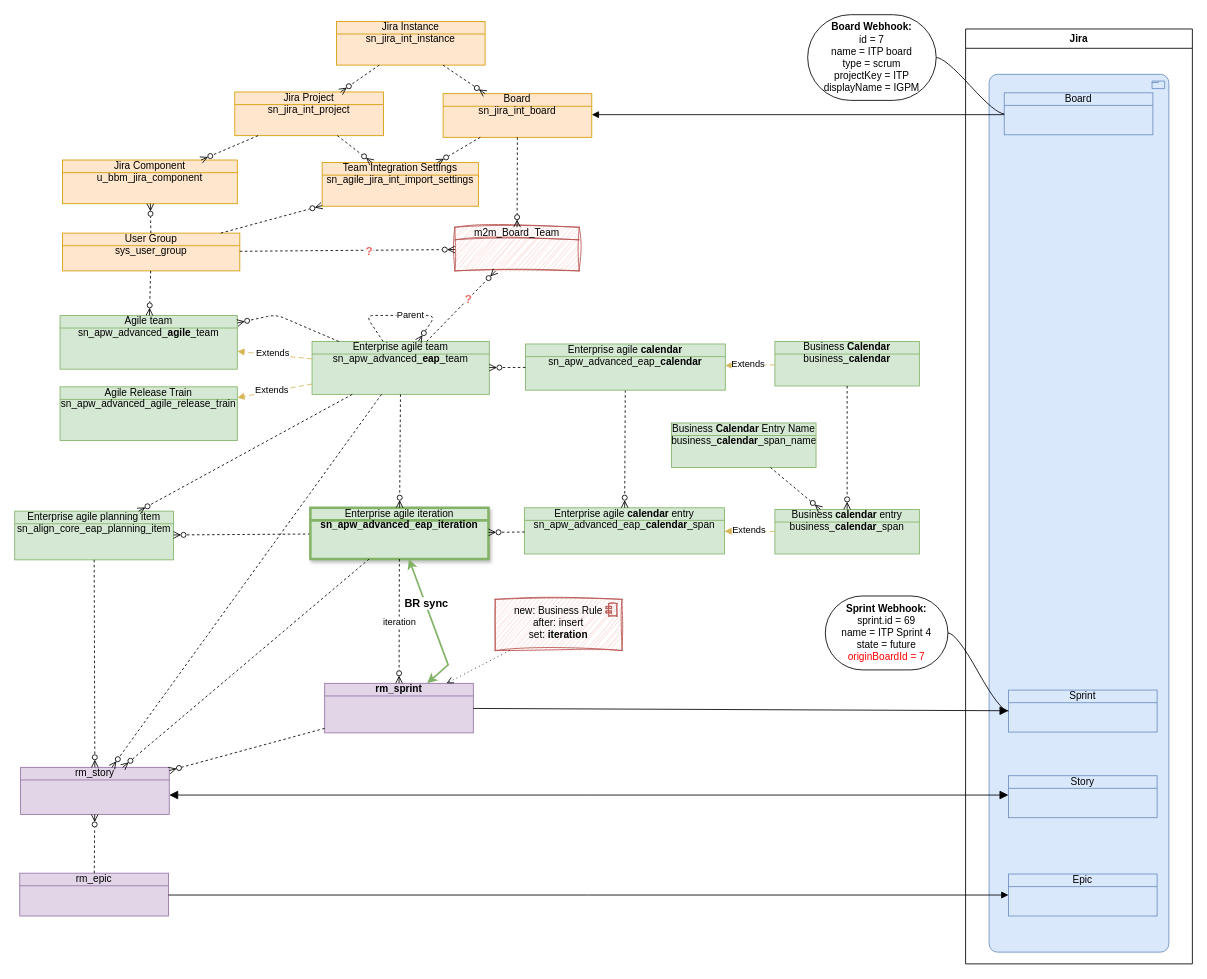
Before: BoschEAP.drawio in algimas/tmp, a draw.io diagram. Source tidied: cells renumbered, new cells numbered last; positions are measured from the earlier drawing's top-left corner, leaving out a move shared by most shapes. Both pictures are drawn from the tidied source at 84%, with x=0, y=0 at pixel (14, 14).
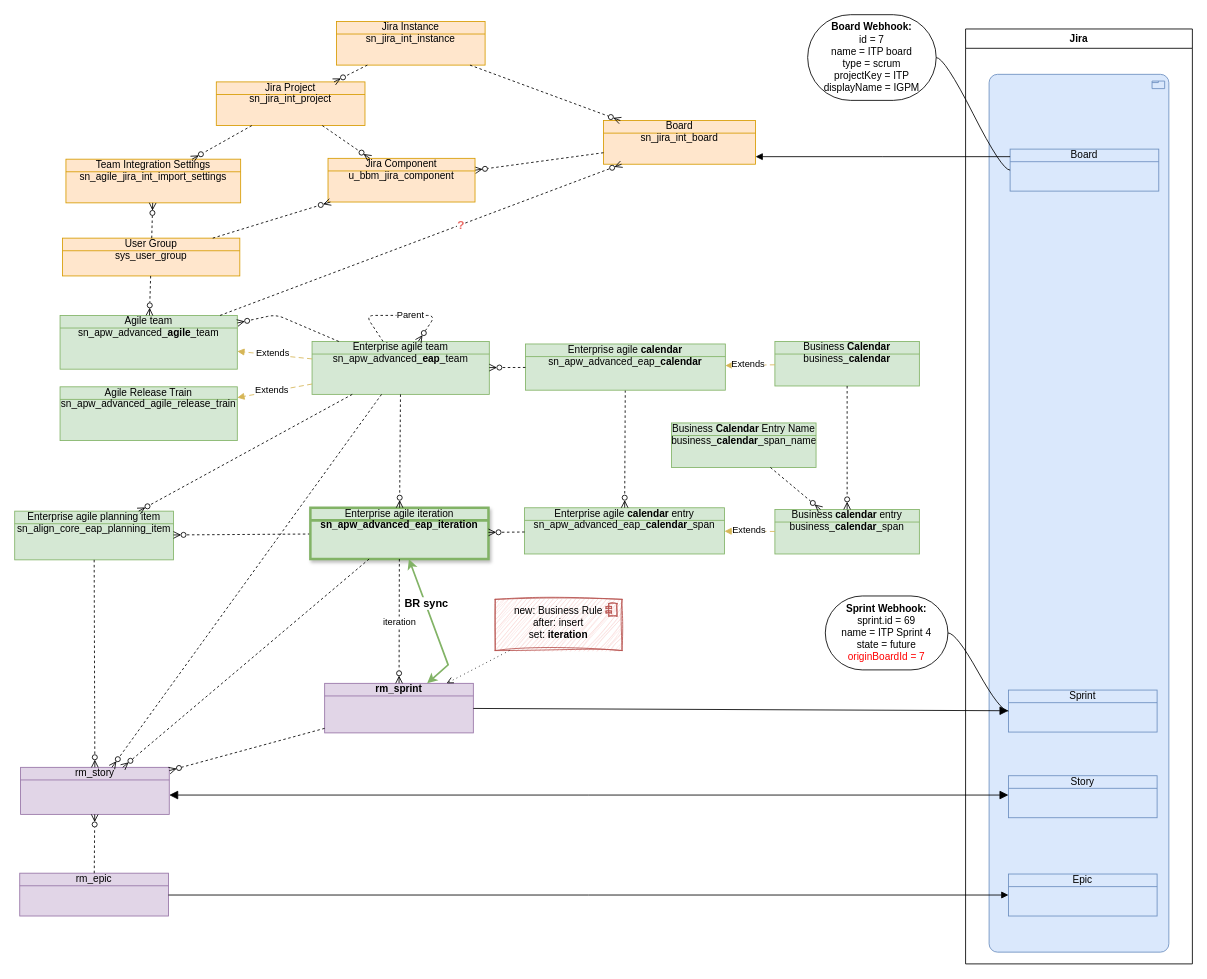
Above is the later version.

The change refers to these unchanged cells:
```xml
<mxCell id="7" value="Enterprise agile team sn_apw_advanced_&lt;b&gt;eap&lt;/b&gt;_team" style="html=1;outlineConnect=0;whiteSpace=wrap;fillColor=#d5e8d4;shape=mxgraph.archimate3.businessObject;overflow=fill;strokeColor=#82b366;" parent="1" vertex="1">
  <mxGeometry x="354" y="389" width="211" height="63" as="geometry" />
</mxCell>
<mxCell id="25" value="Jira" style="swimlane;" parent="1" vertex="1">
  <mxGeometry x="1132" y="17" width="270" height="1113" as="geometry" />
</mxCell>
<mxCell id="31" value="Agile team sn_apw_advanced_&lt;b&gt;agile&lt;/b&gt;_team" style="html=1;outlineConnect=0;whiteSpace=wrap;fillColor=#d5e8d4;shape=mxgraph.archimate3.businessObject;overflow=fill;strokeColor=#82b366;" parent="1" vertex="1">
  <mxGeometry x="54" y="358" width="211" height="64" as="geometry" />
</mxCell>
```

Diff of the diagram source:
```diff
@@
     <mxCell id="27" value="Board" style="html=1;outlineConnect=0;whiteSpace=wrap;fillColor=#dae8fc;shape=mxgraph.archimate3.businessObject;overflow=fill;strokeColor=#6c8ebf;" parent="25" vertex="1">
-      <mxGeometry x="46" y="76" width="177" height="50" as="geometry" />
+      <mxGeometry x="53" y="143" width="177" height="50" as="geometry" />
     </mxCell>
@@
     <mxCell id="34" value="User Group&lt;div&gt;sys_user_group&lt;/div&gt;" style="html=1;outlineConnect=0;whiteSpace=wrap;fillColor=#ffe6cc;shape=mxgraph.archimate3.businessObject;overflow=fill;strokeColor=#d79b00;" parent="1" vertex="1">
-      <mxGeometry x="57" y="260" width="211" height="45" as="geometry" />
+      <mxGeometry x="57" y="266" width="211" height="45" as="geometry" />
     </mxCell>
@@
     <mxCell id="40" value="Board&lt;div&gt;sn_jira_int_board&lt;/div&gt;" style="html=1;outlineConnect=0;whiteSpace=wrap;fillColor=#ffe6cc;shape=mxgraph.archimate3.businessObject;overflow=fill;strokeColor=#d79b00;" parent="1" vertex="1">
-      <mxGeometry x="510" y="94" width="177" height="52" as="geometry" />
+      <mxGeometry x="701" y="126" width="181" height="52" as="geometry" />
     </mxCell>
@@
     <mxCell id="44" value="Jira Project&lt;div&gt;sn_jira_int_project&lt;/div&gt;" style="html=1;outlineConnect=0;whiteSpace=wrap;fillColor=#ffe6cc;shape=mxgraph.archimate3.businessObject;overflow=fill;strokeColor=#d79b00;" parent="1" vertex="1">
-      <mxGeometry x="262" y="92" width="177" height="52" as="geometry" />
+      <mxGeometry x="240" y="80" width="177" height="52" as="geometry" />
     </mxCell>
     <mxCell id="45" value="Team Integration Settings&lt;br&gt;&lt;div&gt;sn_agile_jira_int_import_settings&lt;/div&gt;" style="html=1;outlineConnect=0;whiteSpace=wrap;fillColor=#ffe6cc;shape=mxgraph.archimate3.businessObject;overflow=fill;strokeColor=#d79b00;" parent="1" vertex="1">
-      <mxGeometry x="366" y="176" width="186" height="52" as="geometry" />
+      <mxGeometry x="61" y="172" width="208" height="52" as="geometry" />
     </mxCell>
-    <mxCell id="46" style="html=1;dashed=1;labelBackgroundColor=none;startArrow=none;endArrow=ERzeroToMany;fontFamily=Verdana;fontSize=12;align=left;startFill=0;endFill=0;" parent="1" edge="1" source="40" target="45">
+    <mxCell id="46" style="html=1;dashed=1;labelBackgroundColor=none;startArrow=none;endArrow=ERzeroToMany;fontFamily=Verdana;fontSize=12;align=left;startFill=0;endFill=0;" parent="1" edge="1" source="40" target="76">
       <mxGeometry relative="1" as="geometry" />
     </mxCell>
@@
-    <mxCell id="50" value="m2m_Board_Team" style="html=1;outlineConnect=0;whiteSpace=wrap;fillColor=#f8cecc;shape=mxgraph.archimate3.businessObject;overflow=fill;strokeColor=#b85450;sketch=1;curveFitting=1;jiggle=2;" parent="1" vertex="1">
-      <mxGeometry x="524" y="253" width="148" height="52" as="geometry" />
-    </mxCell>
-    <mxCell id="51" style="html=1;dashed=1;labelBackgroundColor=none;startArrow=none;endArrow=ERzeroToMany;fontFamily=Verdana;fontSize=12;align=left;startFill=0;endFill=0;" parent="1" edge="1" source="34" target="50">
-      <mxGeometry relative="1" as="geometry" />
-    </mxCell>
-    <mxCell id="52" value="&lt;font style=&quot;color: rgb(234, 107, 102); font-size: 14px;&quot;&gt;&lt;b style=&quot;&quot;&gt;?&lt;/b&gt;&lt;/font&gt;" style="edgeLabel;html=1;align=center;verticalAlign=middle;" parent="51" vertex="1">
-      <mxGeometry x="0.2" relative="1" as="geometry" />
-    </mxCell>
-    <mxCell id="53" style="html=1;dashed=1;labelBackgroundColor=none;startArrow=none;endArrow=ERzeroToMany;fontFamily=Verdana;fontSize=12;align=left;startFill=0;endFill=0;" parent="1" edge="1" source="40" target="50">
-      <mxGeometry relative="1" as="geometry" />
-    </mxCell>
-    <mxCell id="54" style="html=1;dashed=1;labelBackgroundColor=none;startArrow=none;endArrow=ERzeroToMany;fontFamily=Verdana;fontSize=12;align=left;startFill=0;endFill=0;" parent="1" edge="1" source="7" target="50">
+    <mxCell id="54" style="html=1;dashed=1;labelBackgroundColor=none;startArrow=none;endArrow=ERzeroToMany;fontFamily=Verdana;fontSize=12;align=left;startFill=0;endFill=0;" parent="1" edge="1" source="31" target="40">
       <mxGeometry relative="1" as="geometry" />
     </mxCell>
@@
     <mxCell id="76" value="Jira Component&lt;div&gt;u_bbm_jira_component&lt;/div&gt;" style="html=1;outlineConnect=0;whiteSpace=wrap;fillColor=#ffe6cc;shape=mxgraph.archimate3.businessObject;overflow=fill;strokeColor=#d79b00;" parent="1" vertex="1">
-      <mxGeometry x="57" y="173" width="208" height="52" as="geometry" />
+      <mxGeometry x="373" y="171" width="175" height="52" as="geometry" />
     </mxCell>
```
